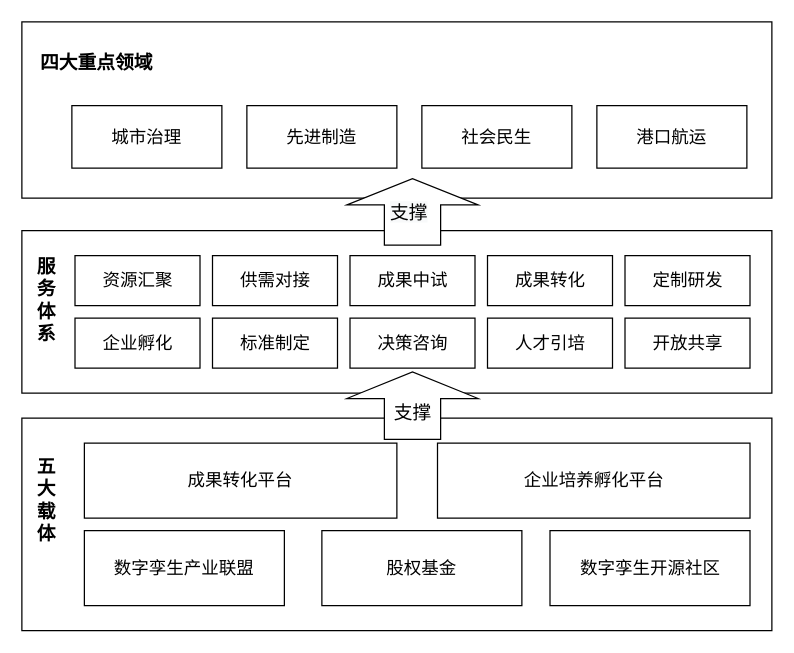
Above: shrine-doc/Untitled Diagram.drawio in easefulfil/CLOUDCARE (draw.io), before the change. Source tidied: cells renumbered, new cells numbered last; positions are measured from the earlier drawing's top-left corner, leaving out a move shared by most shapes. Both pictures are drawn from the tidied source at 125%, with x=0, y=0 at pixel (21, 21).
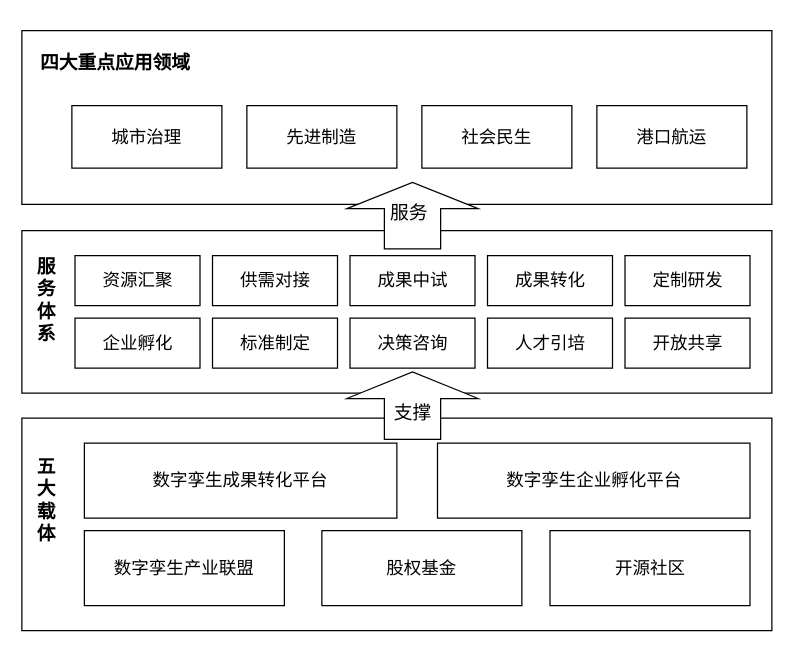
After the change.

Diff of the diagram source:
```diff
@@
-    <mxCell id="4" value="数字孪生开源社区" style="rounded=0;whiteSpace=wrap;html=1;fontSize=14;fontStyle=0;" parent="1" vertex="1">
+    <mxCell id="4" value="开源社区" style="rounded=0;whiteSpace=wrap;html=1;fontSize=14;fontStyle=0;" parent="1" vertex="1">
       <mxGeometry x="422.5" y="407" width="160" height="60" as="geometry" />
     </mxCell>
@@
-    <mxCell id="6" value="成果转化平台" style="rounded=0;whiteSpace=wrap;html=1;fontSize=14;fontStyle=0;" parent="1" vertex="1">
+    <mxCell id="6" value="数字孪生成果转化平台" style="rounded=0;whiteSpace=wrap;html=1;fontSize=14;fontStyle=0;" parent="1" vertex="1">
       <mxGeometry x="50" y="337" width="250" height="60" as="geometry" />
     </mxCell>
-    <mxCell id="7" value="企业培养孵化平台" style="rounded=0;whiteSpace=wrap;html=1;fontSize=14;fontStyle=0;" parent="1" vertex="1">
+    <mxCell id="7" value="数字孪生企业孵化平台" style="rounded=0;whiteSpace=wrap;html=1;fontSize=14;fontStyle=0;" parent="1" vertex="1">
       <mxGeometry x="332.5" y="337" width="250" height="60" as="geometry" />
     </mxCell>
@@
     <mxCell id="21" style="rounded=0;whiteSpace=wrap;html=1;fillOpacity=100;spacing=1;" parent="1" vertex="1">
-      <mxGeometry width="600" height="141" as="geometry" />
+      <mxGeometry y="7" width="600" height="139" as="geometry" />
     </mxCell>
@@
     <mxCell id="26" style="shape=mxgraph.arrows.arrow_down;html=1;verticalLabelPosition=bottom;verticalAlign=top;strokeWidth=1;strokeColor=#000000;fontSize=14;rotation=-180;" parent="1" vertex="1">
-      <mxGeometry x="260" y="125.5" width="105" height="53" as="geometry" />
+      <mxGeometry x="260" y="128.5" width="105" height="53" as="geometry" />
     </mxCell>
@@
-    <mxCell id="28" value="四大重点领域" style="text;html=1;strokeColor=none;fillColor=none;align=center;verticalAlign=middle;whiteSpace=wrap;rounded=0;fontSize=15;fontStyle=1;" parent="1" vertex="1">
-      <mxGeometry x="10" y="27" width="100" height="10" as="geometry" />
+    <mxCell id="28" value="四大重点应用领域" style="text;html=1;strokeColor=none;fillColor=none;align=center;verticalAlign=middle;whiteSpace=wrap;rounded=0;fontSize=15;fontStyle=1;" parent="1" vertex="1">
+      <mxGeometry x="10" y="27" width="130" height="10" as="geometry" />
     </mxCell>
@@
-    <mxCell id="30" value="&lt;span style=&quot;color: rgb(0, 0, 0); font-family: helvetica; font-size: 15px; font-style: normal; font-weight: 400; letter-spacing: normal; text-align: center; text-indent: 0px; text-transform: none; word-spacing: 0px; background-color: rgb(248, 249, 250); display: inline; float: none;&quot;&gt;支撑&lt;/span&gt;" style="text;whiteSpace=wrap;html=1;fontSize=14;" parent="1" vertex="1">
+    <mxCell id="30" value="&lt;span style=&quot;color: rgb(0 , 0 , 0) ; font-family: &amp;#34;helvetica&amp;#34; ; font-size: 15px ; font-style: normal ; font-weight: 400 ; letter-spacing: normal ; text-align: center ; text-indent: 0px ; text-transform: none ; word-spacing: 0px ; background-color: rgb(248 , 249 , 250) ; display: inline ; float: none&quot;&gt;服务&lt;/span&gt;" style="text;whiteSpace=wrap;html=1;fontSize=14;" parent="1" vertex="1">
       <mxGeometry x="292.5" y="137" width="60" height="30" as="geometry" />
     </mxCell>
```
